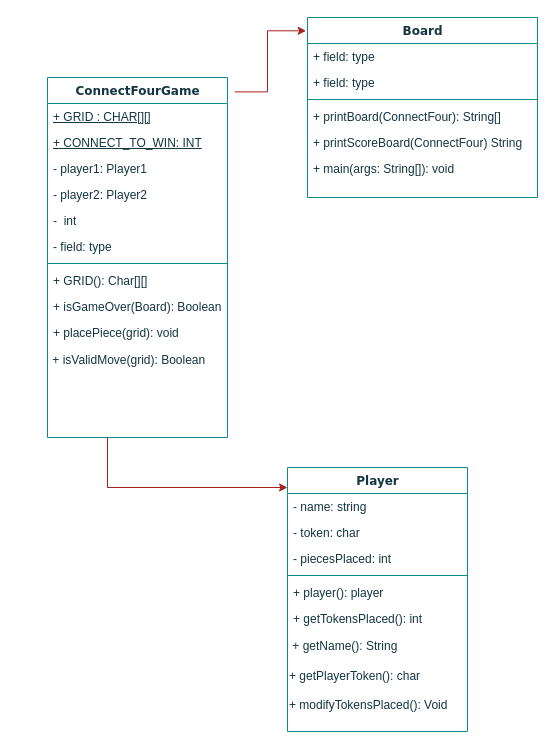
Above: connectFourGameUML.drawio in MsRodrigP/webpages (draw.io), before the change. Source tidied: cells renumbered, new cells numbered last; positions are measured from the earlier drawing's top-left corner, leaving out a move shared by most shapes. Both pictures are drawn from the tidied source at 100%, with x=0, y=0 at pixel (47, 17).
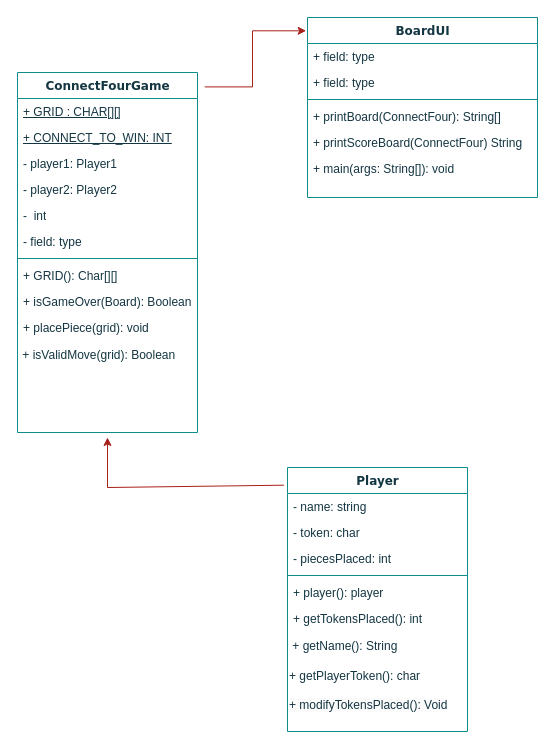
After the change.

Unchanged cells that the change refers to:
```xml
<mxCell id="2" value="Player" style="swimlane;html=1;fontStyle=1;align=center;verticalAlign=top;horizontal=1;startSize=26;swimlaneFillColor=#ffffff;rounded=0;shadow=0;comic=0;labelBackgroundColor=none;strokeWidth=1;fillColor=none;fontFamily=Verdana;fontSize=12;strokeColor=#0F8B8D;fontColor=#143642;" parent="1" vertex="1">
  <mxGeometry x="240" y="450" width="180" height="264" as="geometry" />
</mxCell>
```

What changed in the source:
```diff
@@
     <mxCell id="12" value="ConnectFourGame" style="swimlane;html=1;fontStyle=1;align=center;verticalAlign=top;horizontal=1;startSize=26;swimlaneFillColor=#ffffff;rounded=0;shadow=0;comic=0;labelBackgroundColor=none;strokeWidth=1;fillColor=none;fontFamily=Verdana;fontSize=12;strokeColor=#0F8B8D;fontColor=#143642;" parent="1" vertex="1">
-      <mxGeometry y="60" width="180" height="360" as="geometry" />
+      <mxGeometry x="-30" y="55" width="180" height="360" as="geometry" />
     </mxCell>
@@
-    <mxCell id="24" value="Board" style="swimlane;html=1;fontStyle=1;align=center;verticalAlign=top;horizontal=1;startSize=26;swimlaneFillColor=#ffffff;rounded=0;shadow=0;comic=0;labelBackgroundColor=none;strokeWidth=1;fillColor=none;fontFamily=Verdana;fontSize=12;strokeColor=#0F8B8D;fontColor=#143642;" parent="1" vertex="1">
+    <mxCell id="24" value="BoardUI" style="swimlane;html=1;fontStyle=1;align=center;verticalAlign=top;horizontal=1;startSize=26;swimlaneFillColor=#ffffff;rounded=0;shadow=0;comic=0;labelBackgroundColor=none;strokeWidth=1;fillColor=none;fontFamily=Verdana;fontSize=12;strokeColor=#0F8B8D;fontColor=#143642;" parent="1" vertex="1">
       <mxGeometry x="260" width="230" height="180" as="geometry" />
     </mxCell>
@@
-    <mxCell id="32" style="edgeStyle=none;orthogonalLoop=1;jettySize=auto;html=1;rounded=0;strokeColor=#A8201A;fontColor=#143642;fillColor=#FAE5C7;" parent="1" edge="1">
+    <mxCell id="32" style="edgeStyle=none;jettySize=auto;html=1;rounded=0;strokeColor=#A8201A;fontColor=#143642;fillColor=#FAE5C7;exitX=-0.02;exitY=0.067;exitDx=0;exitDy=0;exitPerimeter=0;" parent="1" edge="1" source="2">
       <mxGeometry relative="1" as="geometry">
-        <mxPoint x="60" y="420" as="sourcePoint" />
-        <mxPoint x="240" y="470" as="targetPoint" />
+        <mxPoint x="60" y="420" as="targetPoint" />
         <Array as="points">
           <mxPoint x="60" y="470" />
         </Array>
       </mxGeometry>
     </mxCell>
```
